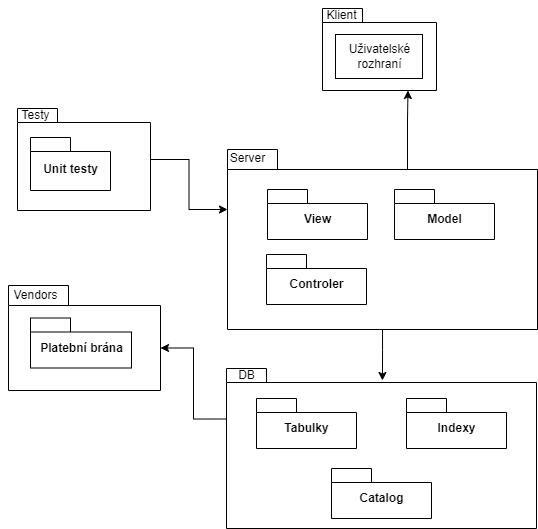
This is Monolit/assets/diagram-modulů-monilit.png from michaelslavev/4IT575-seminarni-prace, a draw.io export, as it was before one commit. Source tidied: cells renumbered, new cells last; positions are measured from the earlier drawing's top-left corner, leaving out a move shared by most shapes.
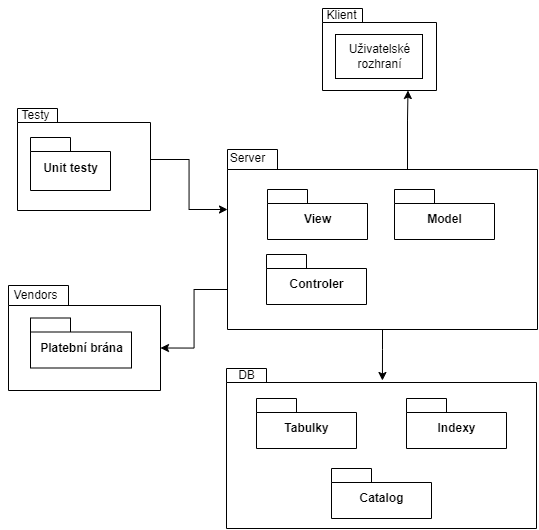
After the commit.

Commit message:
update module diagram

Change to the diagram source:
```diff
@@ -11,9 +11,6 @@
     <mxCell id="4" value="Uživatelské &lt;br&gt;rozhraní" style="html=1;" parent="1" vertex="1">
       <mxGeometry x="335" y="34" width="87" height="44" as="geometry" />
     </mxCell>
-    <mxCell id="5" style="edgeStyle=orthogonalEdgeStyle;rounded=0;jettySize=auto;html=1;exitX=0;exitY=0;exitDx=0;exitDy=50.5;exitPerimeter=0;entryX=0;entryY=0;entryDx=152;entryDy=62.5;entryPerimeter=0;" parent="1" edge="1" source="6" target="19">
-      <mxGeometry relative="1" as="geometry" />
-    </mxCell>
     <mxCell id="6" style="shape=folder;fontStyle=1;spacingTop=10;tabWidth=40;tabHeight=14;tabPosition=left;html=1;" parent="1" vertex="1">
       <mxGeometry x="226" y="368" width="310" height="160" as="geometry" />
     </mxCell>
@@ -26,6 +23,9 @@
     <mxCell id="9" style="edgeStyle=orthogonalEdgeStyle;rounded=0;jettySize=auto;html=1;exitX=0.5;exitY=1;exitDx=0;exitDy=0;exitPerimeter=0;entryX=0.503;entryY=0.075;entryDx=0;entryDy=0;entryPerimeter=0;" parent="1" edge="1" source="10" target="6">
       <mxGeometry relative="1" as="geometry" />
     </mxCell>
+    <mxCell id="25" style="edgeStyle=orthogonalEdgeStyle;rounded=0;jettySize=auto;html=1;exitX=0;exitY=0;exitDx=0;exitDy=140;exitPerimeter=0;entryX=0;entryY=0;entryDx=152;entryDy=62.5;entryPerimeter=0;" parent="1" edge="1" source="10" target="19">
+      <mxGeometry relative="1" as="geometry" />
+    </mxCell>
     <mxCell id="10" style="shape=folder;fontStyle=1;spacingTop=10;tabWidth=50;tabHeight=20;tabPosition=left;html=1;" parent="1" vertex="1">
       <mxGeometry x="227" y="149" width="310" height="180" as="geometry" />
     </mxCell>
```
